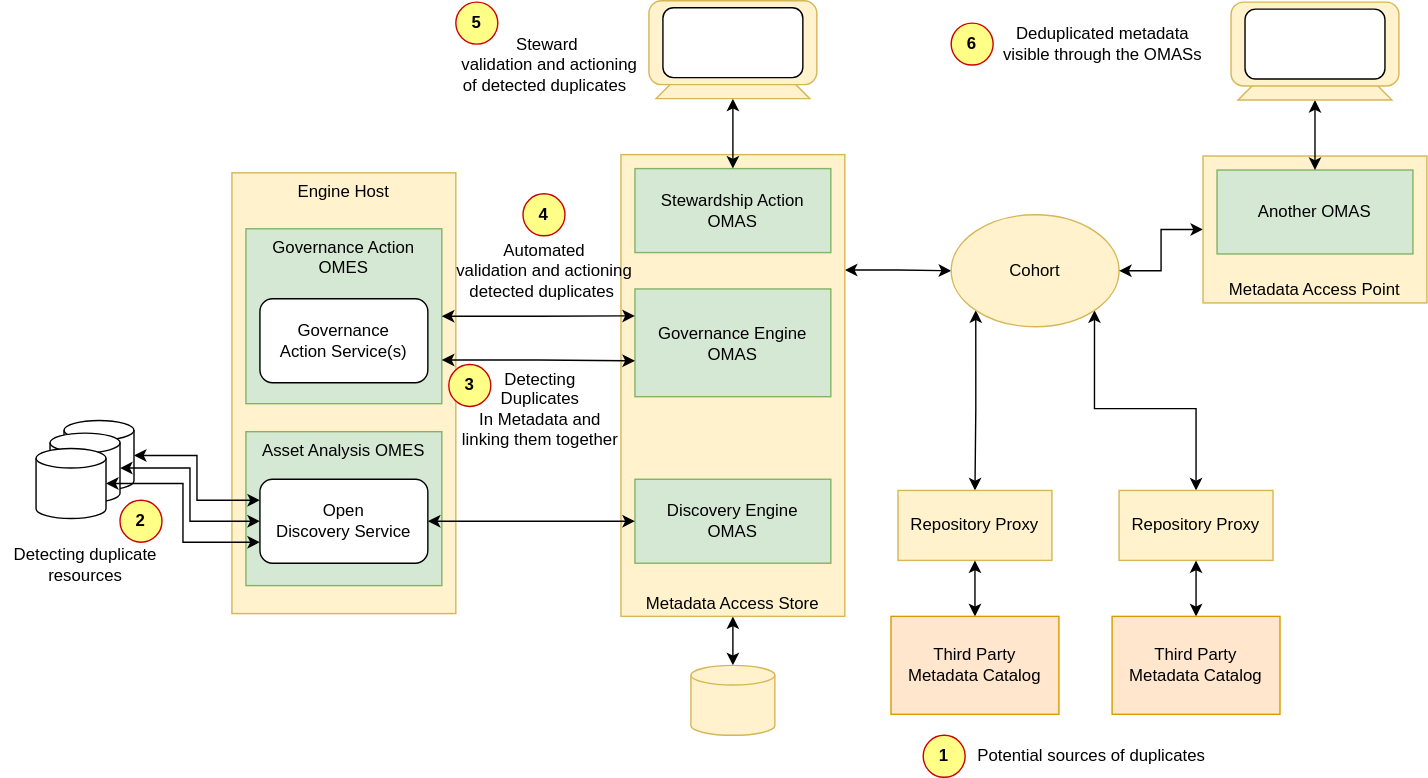
This is site/docs/features/duplicate-management/deduplication-architecture.svg from odpi/egeria-docs, a draw.io export, as it was before one commit. Source tidied: cells renumbered, new cells last; positions are measured from the earlier drawing's top-left corner, leaving out a move shared by most shapes.
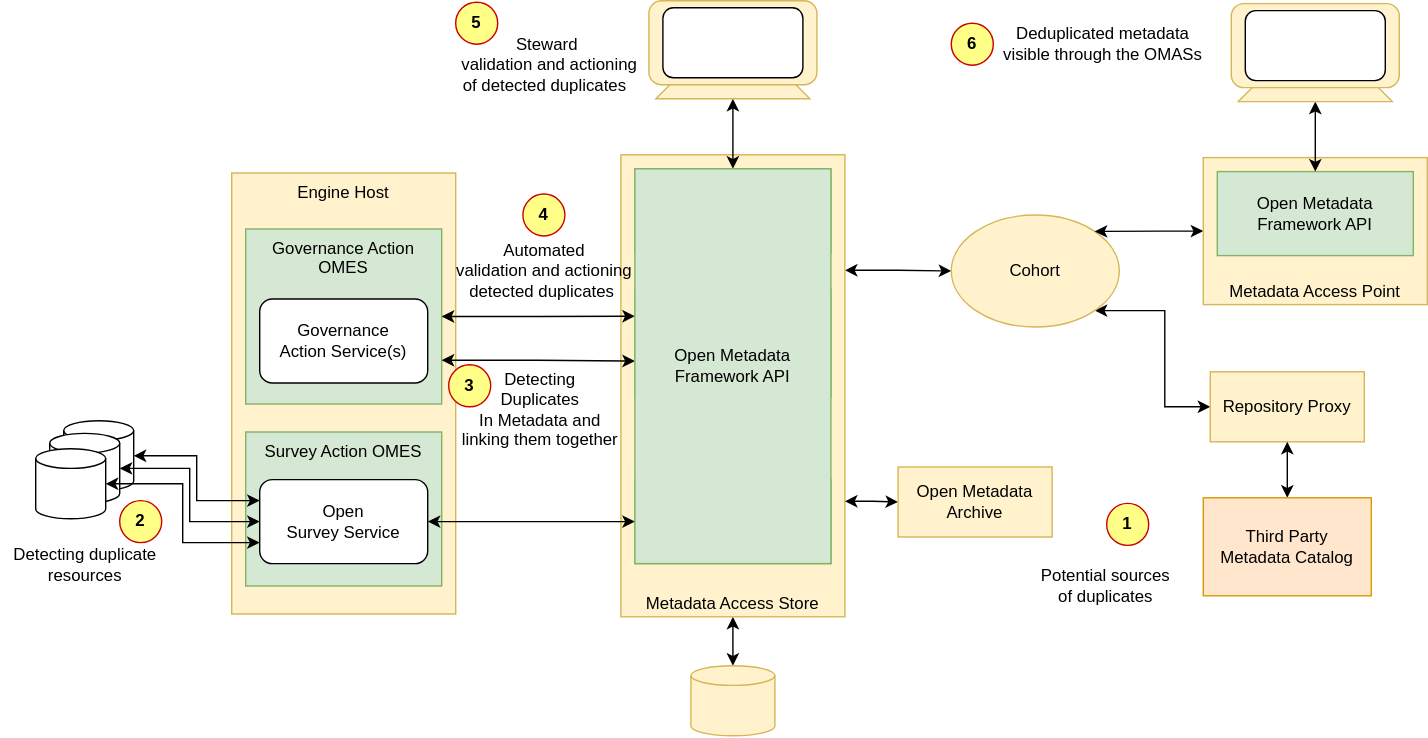
Later version of the same file.

Commit message:
Document deduplication behaviour and the uni-link/multi-link API patterns

What changed in the source:
```diff
@@ -20,10 +20,10 @@
     <mxCell id="7" value="Metadata Access Store" style="rounded=0;whiteSpace=wrap;html=1;verticalAlign=bottom;fillColor=#fff2cc;strokeColor=#d6b656;" parent="1" vertex="1">
       <mxGeometry x="443" y="110" width="160" height="330" as="geometry" />
     </mxCell>
-    <mxCell id="8" style="edgeStyle=orthogonalEdgeStyle;rounded=0;jettySize=auto;html=1;startArrow=classic;startFill=1;exitX=0;exitY=1;exitDx=0;exitDy=0;" parent="1" edge="1" source="10" target="29">
+    <mxCell id="8" style="edgeStyle=orthogonalEdgeStyle;rounded=0;jettySize=auto;html=1;startArrow=classic;startFill=1;exitX=1;exitY=0.75;exitDx=0;exitDy=0;" parent="1" edge="1" source="7" target="29">
       <mxGeometry relative="1" as="geometry" />
     </mxCell>
-    <mxCell id="9" style="edgeStyle=orthogonalEdgeStyle;rounded=0;jettySize=auto;html=1;exitX=1;exitY=1;exitDx=0;exitDy=0;entryX=0.5;entryY=0;entryDx=0;entryDy=0;startArrow=classic;startFill=1;" parent="1" edge="1" source="10" target="28">
+    <mxCell id="9" style="edgeStyle=orthogonalEdgeStyle;rounded=0;jettySize=auto;html=1;exitX=1;exitY=1;exitDx=0;exitDy=0;entryX=0;entryY=0.5;entryDx=0;entryDy=0;startArrow=classic;startFill=1;" parent="1" edge="1" source="10" target="28">
       <mxGeometry relative="1" as="geometry" />
     </mxCell>
     <mxCell id="10" value="Cohort" style="ellipse;whiteSpace=wrap;html=1;verticalAlign=middle;fillColor=#fff2cc;strokeColor=#d6b656;" parent="1" vertex="1">
@@ -59,107 +59,104 @@
     <mxCell id="20" value="Automated&lt;br&gt;validation and actioning&lt;br&gt;detected duplicates&amp;nbsp;" style="text;html=1;align=center;verticalAlign=middle;strokeColor=none;fillColor=none;" parent="1" vertex="1">
       <mxGeometry x="318" y="168" width="140" height="50" as="geometry" />
     </mxCell>
-    <mxCell id="21" style="edgeStyle=orthogonalEdgeStyle;rounded=0;jettySize=auto;html=1;entryX=1;entryY=0.5;entryDx=0;entryDy=0;startArrow=classic;startFill=1;" parent="1" edge="1" source="22" target="10">
+    <mxCell id="21" style="edgeStyle=orthogonalEdgeStyle;rounded=0;jettySize=auto;html=1;entryX=1;entryY=0;entryDx=0;entryDy=0;startArrow=classic;startFill=1;" parent="1" edge="1" source="22" target="10">
       <mxGeometry relative="1" as="geometry" />
     </mxCell>
     <mxCell id="22" value="Metadata Access Point" style="rounded=0;whiteSpace=wrap;html=1;verticalAlign=bottom;fillColor=#fff2cc;strokeColor=#d6b656;" parent="1" vertex="1">
-      <mxGeometry x="859" y="111" width="160" height="105" as="geometry" />
+      <mxGeometry x="859" y="112" width="160" height="105" as="geometry" />
     </mxCell>
-    <mxCell id="23" value="Another OMAS" style="rounded=0;whiteSpace=wrap;html=1;verticalAlign=middle;fillColor=#d5e8d4;strokeColor=#82b366;" parent="1" vertex="1">
-      <mxGeometry x="869" y="121" width="140" height="60" as="geometry" />
+    <mxCell id="23" value="Open Metadata&lt;div&gt;Framework API&lt;/div&gt;" style="rounded=0;whiteSpace=wrap;html=1;verticalAlign=middle;fillColor=#d5e8d4;strokeColor=#82b366;" parent="1" vertex="1">
+      <mxGeometry x="869" y="122" width="140" height="60" as="geometry" />
     </mxCell>
     <mxCell id="24" style="edgeStyle=orthogonalEdgeStyle;rounded=0;jettySize=auto;html=1;exitX=0.5;exitY=1;exitDx=0;exitDy=0;entryX=0.5;entryY=0;entryDx=0;entryDy=0;startArrow=classic;startFill=1;" parent="1" edge="1" source="25" target="23">
       <mxGeometry relative="1" as="geometry" />
     </mxCell>
     <mxCell id="25" style="shape=trapezoid;perimeter=trapezoidPerimeter;whiteSpace=wrap;html=1;fixedSize=1;verticalAlign=bottom;fillColor=#fff2cc;strokeColor=#d6b656;" parent="1" vertex="1">
-      <mxGeometry x="884" y="51" width="110" height="20" as="geometry" />
+      <mxGeometry x="884" y="52" width="110" height="20" as="geometry" />
     </mxCell>
     <mxCell id="26" style="rounded=1;whiteSpace=wrap;html=1;verticalAlign=bottom;fillColor=#fff2cc;strokeColor=#d6b656;" parent="1" vertex="1">
-      <mxGeometry x="879" y="1" width="120" height="60" as="geometry" />
+      <mxGeometry x="879" y="2" width="120" height="60" as="geometry" />
     </mxCell>
     <mxCell id="27" style="rounded=1;whiteSpace=wrap;html=1;verticalAlign=bottom;" parent="1" vertex="1">
-      <mxGeometry x="889" y="6" width="100" height="50" as="geometry" />
+      <mxGeometry x="889" y="7" width="100" height="50" as="geometry" />
     </mxCell>
     <mxCell id="28" value="Repository Proxy" style="rounded=0;whiteSpace=wrap;html=1;verticalAlign=middle;fillColor=#fff2cc;strokeColor=#d6b656;align=center;" parent="1" vertex="1">
-      <mxGeometry x="799" y="350" width="110" height="50" as="geometry" />
+      <mxGeometry x="864" y="265" width="110" height="50" as="geometry" />
     </mxCell>
-    <mxCell id="29" value="Repository Proxy" style="rounded=0;whiteSpace=wrap;html=1;verticalAlign=middle;fillColor=#fff2cc;strokeColor=#d6b656;align=center;" parent="1" vertex="1">
-      <mxGeometry x="641" y="350" width="110" height="50" as="geometry" />
+    <mxCell id="29" value="Open Metadata Archive" style="rounded=0;whiteSpace=wrap;html=1;verticalAlign=middle;fillColor=#fff2cc;strokeColor=#d6b656;align=center;" parent="1" vertex="1">
+      <mxGeometry x="641" y="333" width="110" height="50" as="geometry" />
     </mxCell>
-    <mxCell id="30" style="edgeStyle=orthogonalEdgeStyle;rounded=0;jettySize=auto;html=1;startArrow=classic;startFill=1;" parent="1" edge="1" source="31" target="29">
+    <mxCell id="30" style="edgeStyle=orthogonalEdgeStyle;rounded=0;jettySize=auto;html=1;entryX=0.5;entryY=1;entryDx=0;entryDy=0;startArrow=classic;startFill=1;" parent="1" edge="1" source="31" target="28">
       <mxGeometry relative="1" as="geometry" />
     </mxCell>
     <mxCell id="31" value="Third Party&lt;br&gt;Metadata Catalog" style="rounded=0;whiteSpace=wrap;html=1;verticalAlign=middle;fillColor=#ffe6cc;strokeColor=#d79b00;align=center;" parent="1" vertex="1">
-      <mxGeometry x="636" y="440" width="120" height="70" as="geometry" />
+      <mxGeometry x="859" y="355" width="120" height="70" as="geometry" />
     </mxCell>
-    <mxCell id="32" style="edgeStyle=orthogonalEdgeStyle;rounded=0;jettySize=auto;html=1;entryX=0.5;entryY=1;entryDx=0;entryDy=0;startArrow=classic;startFill=1;" parent="1" edge="1" source="33" target="28">
-      <mxGeometry relative="1" as="geometry" />
+    <mxCell id="32" value="Potential sources&lt;div&gt;of duplicates&lt;/div&gt;" style="text;html=1;align=center;verticalAlign=middle;strokeColor=none;fillColor=none;" parent="1" vertex="1">
+      <mxGeometry x="729" y="398" width="120" height="40" as="geometry" />
     </mxCell>
-    <mxCell id="33" value="Third Party&lt;br&gt;Metadata Catalog" style="rounded=0;whiteSpace=wrap;html=1;verticalAlign=middle;fillColor=#ffe6cc;strokeColor=#d79b00;align=center;" parent="1" vertex="1">
-      <mxGeometry x="794" y="440" width="120" height="70" as="geometry" />
+    <mxCell id="33" value="Deduplicated metadata&lt;br&gt;visible through the OMASs" style="text;html=1;align=center;verticalAlign=middle;points=[];strokeColor=none;fillColor=none;" parent="1" vertex="1">
+      <mxGeometry x="707" y="16" width="160" height="30" as="geometry" />
     </mxCell>
-    <mxCell id="34" value="Potential sources of duplicates" style="text;html=1;align=center;verticalAlign=middle;strokeColor=none;fillColor=none;" parent="1" vertex="1">
-      <mxGeometry x="689" y="530" width="180" height="20" as="geometry" />
+    <mxCell id="34" value="1" style="ellipse;whiteSpace=wrap;html=1;align=center;verticalAlign=middle;fillColor=#ffff88;strokeColor=#CC0000;fontStyle=1;" parent="1" vertex="1">
+      <mxGeometry x="790" y="359" width="30" height="30" as="geometry" />
     </mxCell>
-    <mxCell id="35" value="Deduplicated metadata&lt;br&gt;visible through the OMASs" style="text;html=1;align=center;verticalAlign=middle;strokeColor=none;fillColor=none;" parent="1" vertex="1">
-      <mxGeometry x="707" y="16" width="160" height="30" as="geometry" />
+    <mxCell id="35" value="3" style="ellipse;whiteSpace=wrap;html=1;align=center;verticalAlign=middle;fillColor=#ffff88;strokeColor=#CC0000;fontStyle=1;" parent="1" vertex="1">
+      <mxGeometry x="320" y="260" width="30" height="30" as="geometry" />
     </mxCell>
-    <mxCell id="36" value="1" style="ellipse;whiteSpace=wrap;html=1;align=center;verticalAlign=middle;fillColor=#ffff88;strokeColor=#CC0000;fontStyle=1;" parent="1" vertex="1">
-      <mxGeometry x="659" y="525" width="30" height="30" as="geometry" />
+    <mxCell id="36" value="6" style="ellipse;whiteSpace=wrap;html=1;align=center;verticalAlign=middle;fillColor=#ffff88;strokeColor=#CC0000;fontStyle=1;" parent="1" vertex="1">
+      <mxGeometry x="679" y="16" width="30" height="30" as="geometry" />
     </mxCell>
-    <mxCell id="37" value="3" style="ellipse;whiteSpace=wrap;html=1;align=center;verticalAlign=middle;fillColor=#ffff88;strokeColor=#CC0000;fontStyle=1;" parent="1" vertex="1">
-      <mxGeometry x="320" y="260" width="30" height="30" as="geometry" />
+    <mxCell id="37" value="2" style="ellipse;whiteSpace=wrap;html=1;align=center;verticalAlign=middle;fillColor=#ffff88;strokeColor=#CC0000;fontStyle=1;" parent="1" vertex="1">
+      <mxGeometry x="85" y="357" width="30" height="30" as="geometry" />
     </mxCell>
-    <mxCell id="38" value="6" style="ellipse;whiteSpace=wrap;html=1;align=center;verticalAlign=middle;fillColor=#ffff88;strokeColor=#CC0000;fontStyle=1;" parent="1" vertex="1">
-      <mxGeometry x="679" y="16" width="30" height="30" as="geometry" />
+    <mxCell id="38" value="Open Metadata&lt;div&gt;Framework API&lt;/div&gt;" style="rounded=0;whiteSpace=wrap;html=1;verticalAlign=middle;fillColor=#d5e8d4;strokeColor=#82b366;" parent="1" vertex="1">
+      <mxGeometry x="453" y="342" width="140" height="60" as="geometry" />
     </mxCell>
-    <mxCell id="39" value="2" style="ellipse;whiteSpace=wrap;html=1;align=center;verticalAlign=middle;fillColor=#ffff88;strokeColor=#CC0000;fontStyle=1;" parent="1" vertex="1">
-      <mxGeometry x="85" y="357" width="30" height="30" as="geometry" />
+    <mxCell id="39" value="Survey Action OMES" style="rounded=0;whiteSpace=wrap;html=1;verticalAlign=top;fillColor=#d5e8d4;strokeColor=#82b366;" parent="1" vertex="1">
+      <mxGeometry x="175" y="308" width="140" height="110" as="geometry" />
     </mxCell>
-    <mxCell id="40" value="Discovery Engine&lt;br&gt;OMAS" style="rounded=0;whiteSpace=wrap;html=1;verticalAlign=middle;fillColor=#d5e8d4;strokeColor=#82b366;" parent="1" vertex="1">
-      <mxGeometry x="453" y="342" width="140" height="60" as="geometry" />
+    <mxCell id="40" style="edgeStyle=orthogonalEdgeStyle;rounded=0;jettySize=auto;html=1;entryX=0;entryY=0.5;entryDx=0;entryDy=0;startArrow=classic;startFill=1;" parent="1" edge="1" source="41" target="38">
+      <mxGeometry relative="1" as="geometry" />
     </mxCell>
-    <mxCell id="41" value="Asset Analysis OMES" style="rounded=0;whiteSpace=wrap;html=1;verticalAlign=top;fillColor=#d5e8d4;strokeColor=#82b366;" parent="1" vertex="1">
-      <mxGeometry x="175" y="308" width="140" height="110" as="geometry" />
+    <mxCell id="41" value="Open&lt;br&gt;Survey Service" style="rounded=1;whiteSpace=wrap;html=1;verticalAlign=middle;" parent="1" vertex="1">
+      <mxGeometry x="185" y="342" width="120" height="60" as="geometry" />
     </mxCell>
-    <mxCell id="42" style="edgeStyle=orthogonalEdgeStyle;rounded=0;jettySize=auto;html=1;entryX=0;entryY=0.5;entryDx=0;entryDy=0;startArrow=classic;startFill=1;" parent="1" edge="1" source="43" target="40">
-      <mxGeometry relative="1" as="geometry" />
+    <mxCell id="42" value="4" style="ellipse;whiteSpace=wrap;html=1;align=center;verticalAlign=middle;fillColor=#ffff88;strokeColor=#CC0000;fontStyle=1;" parent="1" vertex="1">
+      <mxGeometry x="373" y="138" width="30" height="30" as="geometry" />
     </mxCell>
-    <mxCell id="43" value="Open&lt;br&gt;Discovery Service" style="rounded=1;whiteSpace=wrap;html=1;verticalAlign=middle;" parent="1" vertex="1">
-      <mxGeometry x="185" y="342" width="120" height="60" as="geometry" />
+    <mxCell id="43" value="Detecting duplicate&lt;br&gt;resources" style="text;html=1;align=center;verticalAlign=middle;points=[];strokeColor=none;fillColor=none;" parent="1" vertex="1">
+      <mxGeometry y="388" width="120" height="30" as="geometry" />
     </mxCell>
-    <mxCell id="44" value="4" style="ellipse;whiteSpace=wrap;html=1;align=center;verticalAlign=middle;fillColor=#ffff88;strokeColor=#CC0000;fontStyle=1;" parent="1" vertex="1">
-      <mxGeometry x="373" y="138" width="30" height="30" as="geometry" />
+    <mxCell id="44" style="edgeStyle=orthogonalEdgeStyle;rounded=0;jettySize=auto;html=1;entryX=0;entryY=0.25;entryDx=0;entryDy=0;startArrow=classic;startFill=1;" parent="1" edge="1" source="45" target="41">
+      <mxGeometry relative="1" as="geometry" />
     </mxCell>
-    <mxCell id="45" value="Detecting duplicate&lt;br&gt;resources" style="text;html=1;align=center;verticalAlign=middle;points=[];strokeColor=none;fillColor=none;" parent="1" vertex="1">
-      <mxGeometry y="388" width="120" height="30" as="geometry" />
+    <mxCell id="45" style="shape=cylinder3;whiteSpace=wrap;html=1;boundedLbl=1;backgroundOutline=1;size=7;strokeColor=#000000;align=center;verticalAlign=middle;" parent="1" vertex="1">
+      <mxGeometry x="45" y="300" width="50" height="50" as="geometry" />
     </mxCell>
-    <mxCell id="46" style="edgeStyle=orthogonalEdgeStyle;rounded=0;jettySize=auto;html=1;entryX=0;entryY=0.25;entryDx=0;entryDy=0;startArrow=classic;startFill=1;" parent="1" edge="1" source="47" target="43">
+    <mxCell id="46" style="edgeStyle=orthogonalEdgeStyle;rounded=0;jettySize=auto;html=1;entryX=0;entryY=0.5;entryDx=0;entryDy=0;startArrow=classic;startFill=1;" parent="1" edge="1" source="47" target="41">
       <mxGeometry relative="1" as="geometry" />
     </mxCell>
     <mxCell id="47" style="shape=cylinder3;whiteSpace=wrap;html=1;boundedLbl=1;backgroundOutline=1;size=7;strokeColor=#000000;align=center;verticalAlign=middle;" parent="1" vertex="1">
-      <mxGeometry x="45" y="300" width="50" height="50" as="geometry" />
+      <mxGeometry x="35" y="309" width="50" height="50" as="geometry" />
     </mxCell>
-    <mxCell id="48" style="edgeStyle=orthogonalEdgeStyle;rounded=0;jettySize=auto;html=1;entryX=0;entryY=0.5;entryDx=0;entryDy=0;startArrow=classic;startFill=1;" parent="1" edge="1" source="49" target="43">
+    <mxCell id="48" style="edgeStyle=orthogonalEdgeStyle;rounded=0;jettySize=auto;html=1;entryX=0;entryY=0.75;entryDx=0;entryDy=0;startArrow=classic;startFill=1;" parent="1" edge="1" source="49" target="41">
       <mxGeometry relative="1" as="geometry" />
     </mxCell>
     <mxCell id="49" style="shape=cylinder3;whiteSpace=wrap;html=1;boundedLbl=1;backgroundOutline=1;size=7;strokeColor=#000000;align=center;verticalAlign=middle;" parent="1" vertex="1">
-      <mxGeometry x="35" y="309" width="50" height="50" as="geometry" />
+      <mxGeometry x="25" y="320" width="50" height="50" as="geometry" />
     </mxCell>
-    <mxCell id="50" style="edgeStyle=orthogonalEdgeStyle;rounded=0;jettySize=auto;html=1;entryX=0;entryY=0.75;entryDx=0;entryDy=0;startArrow=classic;startFill=1;" parent="1" edge="1" source="51" target="43">
+    <mxCell id="50" style="edgeStyle=orthogonalEdgeStyle;rounded=0;jettySize=auto;html=1;exitX=1;exitY=0.75;exitDx=0;exitDy=0;entryX=0;entryY=0.667;entryDx=0;entryDy=0;startArrow=classic;startFill=1;entryPerimeter=0;" parent="1" edge="1" source="3" target="12">
       <mxGeometry relative="1" as="geometry" />
     </mxCell>
-    <mxCell id="51" style="shape=cylinder3;whiteSpace=wrap;html=1;boundedLbl=1;backgroundOutline=1;size=7;strokeColor=#000000;align=center;verticalAlign=middle;" parent="1" vertex="1">
-      <mxGeometry x="25" y="320" width="50" height="50" as="geometry" />
+    <mxCell id="51" value="5" style="ellipse;whiteSpace=wrap;html=1;align=center;verticalAlign=middle;fillColor=#ffff88;strokeColor=#CC0000;fontStyle=1;" parent="1" vertex="1">
+      <mxGeometry x="325" y="1" width="30" height="30" as="geometry" />
     </mxCell>
-    <mxCell id="52" style="edgeStyle=orthogonalEdgeStyle;rounded=0;jettySize=auto;html=1;exitX=1;exitY=0.75;exitDx=0;exitDy=0;entryX=0;entryY=0.667;entryDx=0;entryDy=0;startArrow=classic;startFill=1;entryPerimeter=0;" parent="1" edge="1" source="3" target="12">
-      <mxGeometry relative="1" as="geometry" />
+    <mxCell id="52" value="Steward&lt;br&gt;&amp;nbsp;validation and actioning&lt;br&gt;of detected duplicates&amp;nbsp;" style="text;html=1;align=center;verticalAlign=middle;strokeColor=none;fillColor=none;" parent="1" vertex="1">
+      <mxGeometry x="320" y="21" width="140" height="50" as="geometry" />
     </mxCell>
-    <mxCell id="53" value="5" style="ellipse;whiteSpace=wrap;html=1;align=center;verticalAlign=middle;fillColor=#ffff88;strokeColor=#CC0000;fontStyle=1;" parent="1" vertex="1">
-      <mxGeometry x="325" y="1" width="30" height="30" as="geometry" />
+    <mxCell id="53" value="Open Metadata&lt;div&gt;Framework API&lt;/div&gt;" style="rounded=0;whiteSpace=wrap;html=1;verticalAlign=middle;fillColor=#d5e8d4;strokeColor=#82b366;" parent="1" vertex="1">
+      <mxGeometry x="453" y="120" width="140" height="282" as="geometry" />
     </mxCell>
-    <mxCell id="54" value="Steward&lt;br&gt;&amp;nbsp;validation and actioning&lt;br&gt;of detected duplicates&amp;nbsp;" style="text;html=1;align=center;verticalAlign=middle;strokeColor=none;fillColor=none;" parent="1" vertex="1">
-      <mxGeometry x="320" y="21" width="140" height="50" as="geometry" />
-    </mxCell>
   </root>
 </mxGraphModel>
```
